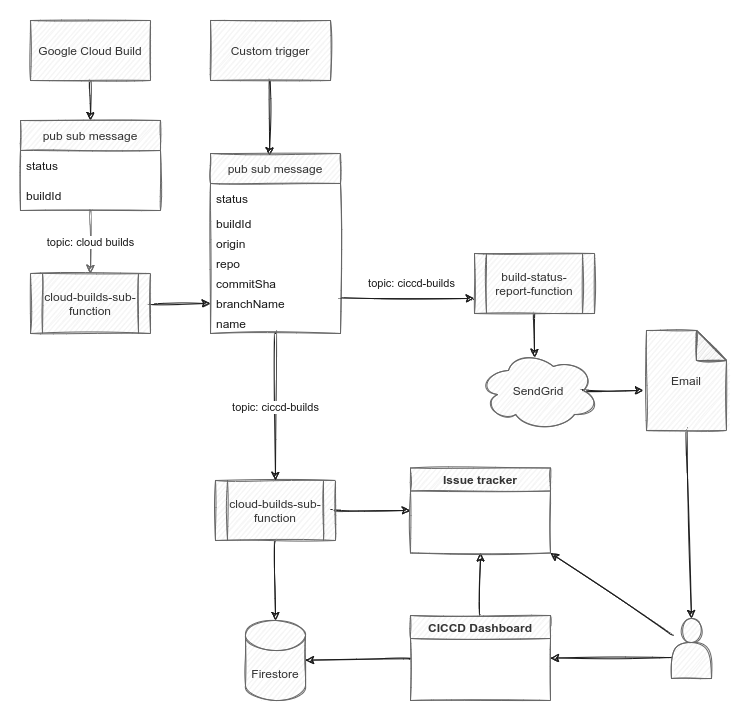
Above: chart.png in thdk/cloud-build-monitor (draw.io), before the change. Source tidied: cells renumbered, new cells last; positions are measured from the earlier drawing's top-left corner, leaving out a move shared by most shapes.
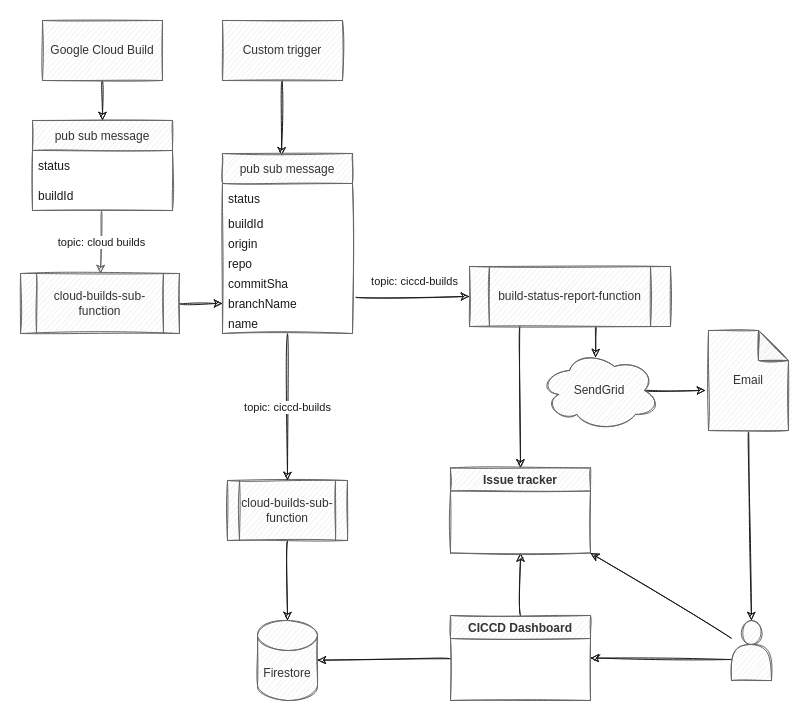
The same file after the commit.

What changed in the source:
```diff
@@ -6,7 +6,7 @@
       <mxGeometry relative="1" as="geometry" />
     </mxCell>
     <mxCell id="3" value="Email" style="shape=note;whiteSpace=wrap;html=1;backgroundOutline=1;darkOpacity=0.05;sketch=1;rounded=0;fillColor=#f5f5f5;fontColor=#333333;strokeColor=#666666;" parent="1" vertex="1">
-      <mxGeometry x="626" y="310" width="80" height="100" as="geometry" />
+      <mxGeometry x="676" y="310" width="80" height="100" as="geometry" />
     </mxCell>
     <mxCell id="4" style="edgeStyle=none;html=1;exitX=0.5;exitY=1;exitDx=0;exitDy=0;entryX=0.5;entryY=0;entryDx=0;entryDy=0;sketch=1;curved=1;rounded=0;strokeColor=#1A1A1A;" parent="1" edge="1" source="5">
       <mxGeometry relative="1" as="geometry">
@@ -20,15 +20,15 @@
       <mxGeometry relative="1" as="geometry" />
     </mxCell>
     <mxCell id="7" value="cloud-builds-sub-function" style="shape=process;whiteSpace=wrap;html=1;backgroundOutline=1;sketch=1;rounded=0;fillColor=#f5f5f5;fontColor=#333333;strokeColor=#666666;" parent="1" vertex="1">
-      <mxGeometry x="10" y="253" width="120" height="60" as="geometry" />
+      <mxGeometry x="-12" y="253" width="159" height="60" as="geometry" />
     </mxCell>
-    <mxCell id="8" style="edgeStyle=none;html=1;entryX=0.467;entryY=0.088;entryDx=0;entryDy=0;entryPerimeter=0;sketch=1;curved=1;rounded=0;strokeColor=#1A1A1A;exitX=0.5;exitY=1;exitDx=0;exitDy=0;" parent="1" edge="1" source="37" target="24">
+    <mxCell id="8" style="edgeStyle=none;html=1;entryX=0.467;entryY=0.088;entryDx=0;entryDy=0;entryPerimeter=0;sketch=1;curved=1;rounded=0;strokeColor=#1A1A1A;exitX=0.631;exitY=0.995;exitDx=0;exitDy=0;exitPerimeter=0;" parent="1" edge="1" source="37" target="24">
       <mxGeometry relative="1" as="geometry" />
     </mxCell>
     <mxCell id="9" style="edgeStyle=none;html=1;exitX=0.5;exitY=1;exitDx=0;exitDy=0;entryX=0.5;entryY=0;entryDx=0;entryDy=0;entryPerimeter=0;sketch=1;curved=1;rounded=0;strokeColor=#1A1A1A;" parent="1" edge="1" source="11" target="29">
       <mxGeometry relative="1" as="geometry" />
     </mxCell>
-    <mxCell id="10" style="edgeStyle=none;html=1;entryX=0;entryY=0.5;entryDx=0;entryDy=0;sketch=1;curved=1;rounded=0;strokeColor=#1A1A1A;" parent="1" edge="1" source="11" target="36">
+    <mxCell id="10" style="edgeStyle=none;html=1;entryX=0.5;entryY=0;entryDx=0;entryDy=0;sketch=1;curved=1;rounded=0;strokeColor=#1A1A1A;exitX=0.25;exitY=1;exitDx=0;exitDy=0;fontStyle=0;" parent="1" edge="1" source="37" target="36">
       <mxGeometry relative="1" as="geometry" />
     </mxCell>
     <mxCell id="11" value="cloud-builds-sub-function" style="shape=process;whiteSpace=wrap;html=1;backgroundOutline=1;sketch=1;rounded=0;fillColor=#f5f5f5;fontColor=#333333;strokeColor=#666666;" parent="1" vertex="1">
@@ -71,7 +71,7 @@
       <mxGeometry relative="1" as="geometry" />
     </mxCell>
     <mxCell id="24" value="SendGrid" style="ellipse;shape=cloud;whiteSpace=wrap;html=1;sketch=1;rounded=0;fillColor=#f5f5f5;strokeColor=#666666;fontColor=#333333;" parent="1" vertex="1">
-      <mxGeometry x="458" y="330" width="120" height="80" as="geometry" />
+      <mxGeometry x="507" y="330" width="120" height="80" as="geometry" />
     </mxCell>
     <mxCell id="25" value="topic: cloud builds" style="edgeStyle=none;html=1;sketch=1;curved=1;rounded=0;fillColor=#f5f5f5;strokeColor=#666666;labelBackgroundColor=#FFFFFF;fontColor=#1A1A1A;" parent="1" edge="1" source="26" target="7">
       <mxGeometry relative="1" as="geometry" />
@@ -98,21 +98,21 @@
       <mxGeometry relative="1" as="geometry" />
     </mxCell>
     <mxCell id="33" value="CICCD Dashboard" style="swimlane;startSize=23;sketch=1;rounded=0;fillColor=#f5f5f5;fontColor=#333333;strokeColor=#666666;" parent="1" vertex="1">
-      <mxGeometry x="390" y="595" width="140" height="85" as="geometry" />
+      <mxGeometry x="418" y="595" width="140" height="85" as="geometry" />
     </mxCell>
     <mxCell id="34" style="edgeStyle=none;html=1;entryX=1;entryY=1;entryDx=0;entryDy=0;sketch=1;curved=1;rounded=0;strokeColor=#1A1A1A;" parent="1" edge="1" source="35" target="36">
       <mxGeometry relative="1" as="geometry" />
     </mxCell>
     <mxCell id="35" style="shape=actor;whiteSpace=wrap;html=1;sketch=1;rounded=0;fillColor=#f5f5f5;fontColor=#333333;strokeColor=#666666;" parent="1" vertex="1">
-      <mxGeometry x="651" y="598" width="40" height="60" as="geometry" />
+      <mxGeometry x="699" y="600" width="40" height="60" as="geometry" />
     </mxCell>
     <mxCell id="36" value="Issue tracker" style="swimlane;startSize=23;sketch=1;rounded=0;fillColor=#f5f5f5;fontColor=#333333;strokeColor=#666666;" parent="1" vertex="1">
-      <mxGeometry x="390" y="447.5" width="140" height="85" as="geometry" />
+      <mxGeometry x="418" y="447.5" width="140" height="85" as="geometry" />
     </mxCell>
     <mxCell id="37" value="build-status-report-function" style="shape=process;whiteSpace=wrap;html=1;backgroundOutline=1;sketch=1;rounded=0;fillColor=#f5f5f5;fontColor=#333333;strokeColor=#666666;" parent="1" vertex="1">
-      <mxGeometry x="454" y="233" width="120" height="60" as="geometry" />
+      <mxGeometry x="437" y="246" width="201" height="60" as="geometry" />
     </mxCell>
-    <mxCell id="38" value="&lt;meta charset=&quot;utf-8&quot;&gt;&lt;span style=&quot;font-family: helvetica; font-size: 11px; font-style: normal; font-weight: 400; letter-spacing: normal; text-align: center; text-indent: 0px; text-transform: none; word-spacing: 0px; display: inline; float: none;&quot;&gt;topic: ciccd-builds&lt;/span&gt;" style="edgeStyle=none;html=1;sketch=1;curved=1;rounded=0;strokeColor=#1A1A1A;labelBackgroundColor=#FFFFFF;fontColor=#1A1A1A;exitX=1.023;exitY=0.2;exitDx=0;exitDy=0;entryX=0;entryY=0.75;entryDx=0;entryDy=0;exitPerimeter=0;" parent="1" edge="1" source="21" target="37">
+    <mxCell id="38" value="&lt;meta charset=&quot;utf-8&quot;&gt;&lt;span style=&quot;font-family: helvetica; font-size: 11px; font-style: normal; font-weight: 400; letter-spacing: normal; text-align: center; text-indent: 0px; text-transform: none; word-spacing: 0px; display: inline; float: none;&quot;&gt;topic: ciccd-builds&lt;/span&gt;" style="edgeStyle=none;html=1;sketch=1;curved=1;rounded=0;strokeColor=#1A1A1A;labelBackgroundColor=#FFFFFF;fontColor=#1A1A1A;exitX=1.023;exitY=0.2;exitDx=0;exitDy=0;exitPerimeter=0;entryX=0;entryY=0.5;entryDx=0;entryDy=0;" parent="1" edge="1" source="21" target="37">
       <mxGeometry x="0.04" y="15" relative="1" as="geometry" />
     </mxCell>
   </root>
```
